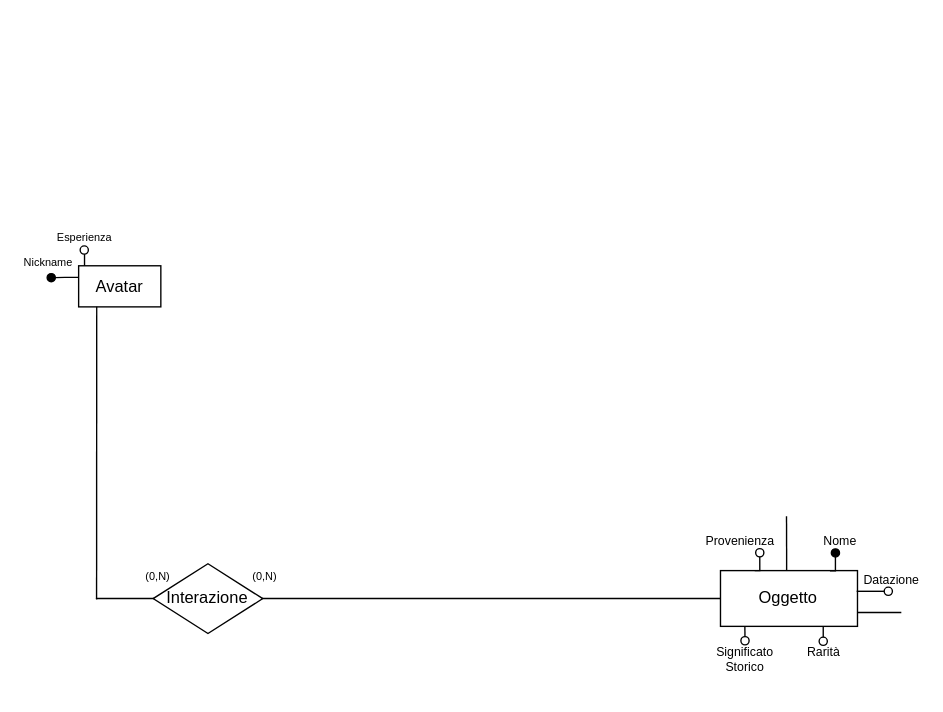
Earlier version of the draw.io diagram WP1/Pattern/Relazione Binaria Interazione/RelazioneBinariaInterazionePrima.drawio (pnocerino/BasiDiDati). Source tidied: cells renumbered, new cells numbered last; positions are measured from the earlier drawing's top-left corner, leaving out a move shared by most shapes. Both pictures are drawn from the tidied source at 137%, with x=0, y=0 at pixel (27, 219).
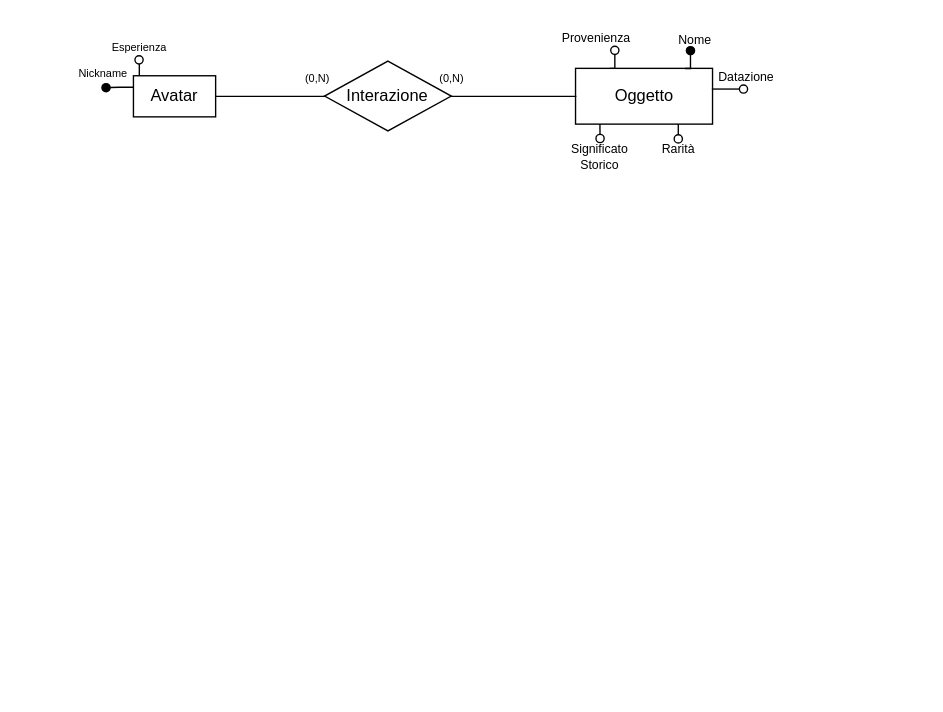
Above is the later version.

The edit, as a diff of the source:
```diff
@@
-    <mxCell id="2" value="Avatar" style="whiteSpace=wrap;html=1;align=center;" parent="1" vertex="1">
-      <mxGeometry x="36.9" y="33.5" width="60" height="30" as="geometry" />
-    </mxCell>
-    <mxCell id="3" value="&lt;font style=&quot;font-size: 8px;&quot;&gt;Esperienza&lt;/font&gt;" style="text;html=1;align=center;verticalAlign=middle;whiteSpace=wrap;rounded=1;strokeColor=none;" parent="1" vertex="1">
-      <mxGeometry x="17" width="49" height="23" as="geometry" />
-    </mxCell>
-    <mxCell id="4" style="edgeStyle=orthogonalEdgeStyle;rounded=0;orthogonalLoop=1;jettySize=auto;html=1;exitX=0;exitY=0.25;exitDx=0;exitDy=0;endArrow=oval;endFill=1;" parent="1" edge="1">
-      <mxGeometry relative="1" as="geometry">
-        <mxPoint x="36.9" y="42" as="sourcePoint" />
-        <mxPoint x="16.9" y="42.2" as="targetPoint" />
-        <Array as="points">
-          <mxPoint x="26.9" y="42.2" />
-        </Array>
-      </mxGeometry>
-    </mxCell>
-    <mxCell id="5" value="&lt;font style=&quot;font-size: 8px;&quot;&gt;Nickname&lt;/font&gt;" style="text;html=1;align=center;verticalAlign=middle;whiteSpace=wrap;rounded=1;strokeColor=none;" parent="1" vertex="1">
-      <mxGeometry y="18.5" width="30" height="23.5" as="geometry" />
-    </mxCell>
-    <mxCell id="6" style="endArrow=none;html=1;rounded=0;exitX=0.5;exitY=1;exitDx=0;exitDy=0;" parent="1" edge="1">
-      <mxGeometry relative="1" as="geometry">
-        <mxPoint x="553.6" y="216.4" as="sourcePoint" />
-        <mxPoint x="553.8" y="291.5" as="targetPoint" />
-      </mxGeometry>
-    </mxCell>
     <mxCell id="7" value="Oggetto" style="whiteSpace=wrap;html=1;align=center;" parent="1" vertex="1">
-      <mxGeometry x="505.4" y="256" width="100" height="40.7" as="geometry" />
+      <mxGeometry x="399.6" y="-110.6" width="100" height="40.7" as="geometry" />
     </mxCell>
     <mxCell id="8" value="&lt;font style=&quot;font-size: 9px;&quot;&gt;Nome&lt;/font&gt;" style="text;html=1;align=center;verticalAlign=middle;whiteSpace=wrap;rounded=0;" parent="1" vertex="1">
-      <mxGeometry x="572.9" y="223.2" width="40" height="22" as="geometry" />
+      <mxGeometry x="467.1" y="-143.5" width="40" height="22" as="geometry" />
     </mxCell>
     <mxCell id="9" value="&lt;font style=&quot;font-size: 9px;&quot;&gt;Provenienza&lt;/font&gt;" style="text;html=1;align=center;verticalAlign=middle;whiteSpace=wrap;rounded=0;" parent="1" vertex="1">
-      <mxGeometry x="500.4" y="225.5" width="40" height="17.3" as="geometry" />
+      <mxGeometry x="394.6" y="-141.2" width="40" height="17.3" as="geometry" />
     </mxCell>
     <mxCell id="10" value="&lt;font style=&quot;font-size: 9px;&quot;&gt;Datazione&lt;/font&gt;" style="text;html=1;align=center;verticalAlign=middle;whiteSpace=wrap;rounded=0;" parent="1" vertex="1">
-      <mxGeometry x="612.9" y="253" width="35" height="18" as="geometry" />
+      <mxGeometry x="507.1" y="-113.6" width="35" height="18" as="geometry" />
     </mxCell>
     <mxCell id="11" value="&lt;p style=&quot;line-height: 77%;&quot;&gt;&lt;font style=&quot;font-size: 9px;&quot;&gt;Significato Storico&lt;/font&gt;&lt;/p&gt;" style="text;html=1;align=center;verticalAlign=middle;whiteSpace=wrap;rounded=0;spacing=2;spacingTop=0;" parent="1" vertex="1">
-      <mxGeometry x="495.8" y="312.1" width="55" height="17.3" as="geometry" />
+      <mxGeometry x="390" y="-54.5" width="55" height="17.3" as="geometry" />
     </mxCell>
@@
     <mxCell id="13" style="edgeStyle=orthogonalEdgeStyle;rounded=0;jettySize=auto;html=1;exitX=0.75;exitY=1;exitDx=0;exitDy=0;entryX=0.578;entryY=0.124;entryDx=0;entryDy=0;entryPerimeter=0;endArrow=oval;endFill=0;" parent="1" edge="1" source="7">
       <mxGeometry relative="1" as="geometry">
-        <mxPoint x="580.4" y="307.6" as="targetPoint" />
+        <mxPoint x="474.6" y="-59.1" as="targetPoint" />
       </mxGeometry>
     </mxCell>
-    <mxCell id="14" value="&lt;font style=&quot;font-size: 8px;&quot;&gt;(0,N)&lt;/font&gt;" style="text;html=1;align=center;verticalAlign=middle;whiteSpace=wrap;rounded=1;strokeColor=none;glass=0;" parent="1" vertex="1">
-      <mxGeometry x="70" y="251" width="50" height="15.3" as="geometry" />
-    </mxCell>
-    <mxCell id="15" value="&lt;font style=&quot;font-size: 8px;&quot;&gt;(0,N)&lt;/font&gt;" style="text;html=1;align=center;verticalAlign=middle;whiteSpace=wrap;rounded=1;strokeColor=none;glass=0;" parent="1" vertex="1">
-      <mxGeometry x="147.5" y="251" width="50" height="15.3" as="geometry" />
-    </mxCell>
     <mxCell id="16" value="&lt;font style=&quot;font-size: 9px;&quot;&gt;Rarità&lt;/font&gt;" style="text;html=1;align=center;verticalAlign=middle;whiteSpace=wrap;rounded=0;" parent="1" vertex="1">
-      <mxGeometry x="560.8" y="306" width="40" height="17.3" as="geometry" />
+      <mxGeometry x="455" y="-60.6" width="40" height="17.3" as="geometry" />
     </mxCell>
     <mxCell id="17" style="edgeStyle=orthogonalEdgeStyle;rounded=0;orthogonalLoop=1;jettySize=auto;html=1;exitX=0.75;exitY=1;exitDx=0;exitDy=0;entryX=0.578;entryY=0.124;entryDx=0;entryDy=0;entryPerimeter=0;endArrow=oval;endFill=0;" parent="1" edge="1">
       <mxGeometry relative="1" as="geometry">
-        <mxPoint x="523.2" y="296.8" as="sourcePoint" />
-        <mxPoint x="523.3" y="307.2" as="targetPoint" />
+        <mxPoint x="417.4" y="-69.9" as="sourcePoint" />
+        <mxPoint x="417.5" y="-59.4" as="targetPoint" />
       </mxGeometry>
     </mxCell>
-    <mxCell id="18" style="edgeStyle=orthogonalEdgeStyle;rounded=0;orthogonalLoop=1;jettySize=auto;html=1;exitX=0.152;exitY=-0.053;exitDx=0;exitDy=0;endArrow=oval;endFill=0;exitPerimeter=0;" parent="1" edge="1">
-      <mxGeometry relative="1" as="geometry">
-        <mxPoint x="41.2" y="33.4" as="sourcePoint" />
-        <mxPoint x="41" y="22" as="targetPoint" />
-        <Array as="points">
-          <mxPoint x="41.2" y="26" />
-        </Array>
-      </mxGeometry>
-    </mxCell>
-    <mxCell id="19" style="endArrow=none;html=1;rounded=0;entryX=0;entryY=0.75;entryDx=0;entryDy=0;" parent="1" edge="1">
-      <mxGeometry relative="1" as="geometry">
-        <mxPoint x="605.4" y="286.6" as="sourcePoint" />
-        <mxPoint x="637.4" y="286.6" as="targetPoint" />
-      </mxGeometry>
-    </mxCell>
-    <mxCell id="20" style="endArrow=none;html=1;rounded=0;entryX=0;entryY=0.5;entryDx=0;entryDy=0;" parent="1" edge="1" target="7">
-      <mxGeometry relative="1" as="geometry">
-        <mxPoint x="49.5" y="276.4" as="sourcePoint" />
-      </mxGeometry>
-    </mxCell>
-    <mxCell id="21" value="Interazione" style="shape=rhombus;perimeter=rhombusPerimeter;whiteSpace=wrap;html=1;align=center;" parent="1" vertex="1">
-      <mxGeometry x="91.3" y="251" width="80" height="50.9" as="geometry" />
-    </mxCell>
     <mxCell id="22" style="edgeStyle=orthogonalEdgeStyle;rounded=0;orthogonalLoop=1;jettySize=auto;html=1;exitX=0.25;exitY=0;exitDx=0;exitDy=0;entryX=0.842;entryY=1.009;entryDx=0;entryDy=0;entryPerimeter=0;endArrow=oval;endFill=1;" parent="1" edge="1">
       <mxGeometry relative="1" as="geometry">
-        <mxPoint x="585.3" y="256.1" as="sourcePoint" />
-        <mxPoint x="589.3" y="243.1" as="targetPoint" />
+        <mxPoint x="479.5" y="-110.5" as="sourcePoint" />
+        <mxPoint x="483.5" y="-123.5" as="targetPoint" />
       </mxGeometry>
     </mxCell>
     <mxCell id="23" style="edgeStyle=orthogonalEdgeStyle;rounded=0;orthogonalLoop=1;jettySize=auto;html=1;exitX=1;exitY=0.5;exitDx=0;exitDy=0;endArrow=oval;endFill=0;" parent="1" edge="1">
       <mxGeometry relative="1" as="geometry">
-        <mxPoint x="604.8" y="271.1" as="sourcePoint" />
-        <mxPoint x="627.9" y="271.1" as="targetPoint" />
+        <mxPoint x="499.1" y="-95.5" as="sourcePoint" />
+        <mxPoint x="522.2" y="-95.5" as="targetPoint" />
       </mxGeometry>
     </mxCell>
-    <mxCell id="24" style="endArrow=none;html=1;rounded=0;entryX=0.22;entryY=0.998;entryDx=0;entryDy=0;entryPerimeter=0;" parent="1" edge="1" target="2">
-      <mxGeometry relative="1" as="geometry">
-        <mxPoint x="50" y="277" as="sourcePoint" />
-      </mxGeometry>
-    </mxCell>
+    <mxCell id="25" value="&lt;span style=&quot;font-size: 8px;&quot;&gt;(0,N)&lt;/span&gt;" style="text;html=1;align=center;verticalAlign=middle;whiteSpace=wrap;rounded=1;strokeColor=none;glass=0;" parent="1" vertex="1">
+      <mxGeometry x="200" y="-107" width="22.5" height="6.8" as="geometry" />
+    </mxCell>
+    <mxCell id="26" value="&lt;font style=&quot;font-size: 8px;&quot;&gt;(0,N)&lt;/font&gt;" style="text;html=1;align=center;verticalAlign=middle;whiteSpace=wrap;rounded=1;strokeColor=none;glass=0;" parent="1" vertex="1">
+      <mxGeometry x="297.7" y="-107" width="22.5" height="6.8" as="geometry" />
+    </mxCell>
+    <mxCell id="27" style="endArrow=none;html=1;rounded=0;entryX=1;entryY=0.5;entryDx=0;entryDy=0;exitX=0;exitY=0.5;exitDx=0;exitDy=0;" parent="1" edge="1">
+      <mxGeometry relative="1" as="geometry">
+        <mxPoint x="400.2" y="-90.2" as="sourcePoint" />
+        <mxPoint x="132" y="-90.2" as="targetPoint" />
+      </mxGeometry>
+    </mxCell>
+    <mxCell id="21" value="Interazione" style="shape=rhombus;perimeter=rhombusPerimeter;whiteSpace=wrap;html=1;align=center;" parent="1" vertex="1">
+      <mxGeometry x="216.4" y="-115.9" width="92.5" height="51" as="geometry" />
+    </mxCell>
+    <mxCell id="2" value="Avatar" style="whiteSpace=wrap;html=1;align=center;" parent="1" vertex="1">
+      <mxGeometry x="76.9" y="-105.2" width="60" height="30" as="geometry" />
+    </mxCell>
+    <mxCell id="3" value="&lt;font style=&quot;font-size: 8px;&quot;&gt;Esperienza&lt;/font&gt;" style="text;html=1;align=center;verticalAlign=middle;whiteSpace=wrap;rounded=1;strokeColor=none;" parent="1" vertex="1">
+      <mxGeometry x="57" y="-138.8" width="49" height="23" as="geometry" />
+    </mxCell>
+    <mxCell id="4" style="edgeStyle=orthogonalEdgeStyle;rounded=0;orthogonalLoop=1;jettySize=auto;html=1;exitX=0;exitY=0.25;exitDx=0;exitDy=0;endArrow=oval;endFill=1;" parent="1" edge="1">
+      <mxGeometry relative="1" as="geometry">
+        <mxPoint x="76.9" y="-96.8" as="sourcePoint" />
+        <mxPoint x="56.9" y="-96.5" as="targetPoint" />
+        <Array as="points">
+          <mxPoint x="66.9" y="-96.5" />
+        </Array>
+      </mxGeometry>
+    </mxCell>
+    <mxCell id="5" value="&lt;font style=&quot;font-size: 8px;&quot;&gt;Nickname&lt;/font&gt;" style="text;html=1;align=center;verticalAlign=middle;whiteSpace=wrap;rounded=1;strokeColor=none;" parent="1" vertex="1">
+      <mxGeometry x="40" y="-120.2" width="30" height="23.5" as="geometry" />
+    </mxCell>
+    <mxCell id="18" style="edgeStyle=orthogonalEdgeStyle;rounded=0;orthogonalLoop=1;jettySize=auto;html=1;exitX=0.152;exitY=-0.053;exitDx=0;exitDy=0;endArrow=oval;endFill=0;exitPerimeter=0;" parent="1" edge="1">
+      <mxGeometry relative="1" as="geometry">
+        <mxPoint x="81.2" y="-105.3" as="sourcePoint" />
+        <mxPoint x="81" y="-116.8" as="targetPoint" />
+        <Array as="points">
+          <mxPoint x="81.2" y="-112.8" />
+        </Array>
+      </mxGeometry>
+    </mxCell>
```
